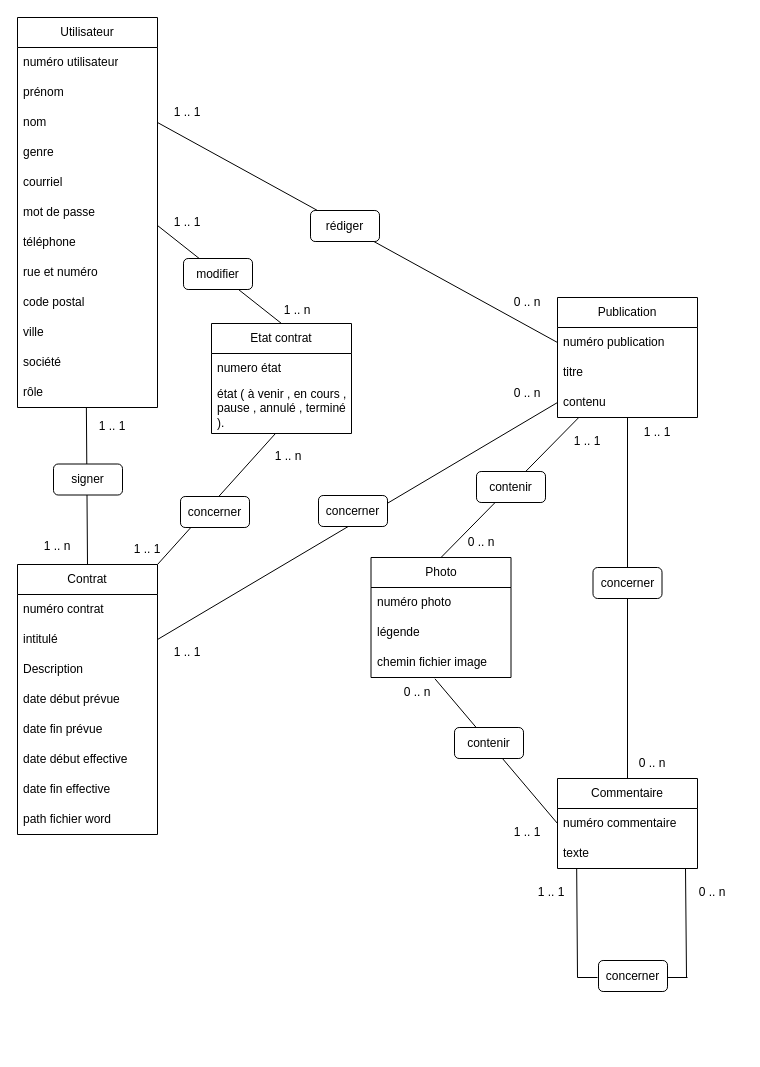
Earlier version of the draw.io diagram MCD.drawio (Georges-github/Stage_chez_CLO). Source tidied: cells renumbered, new cells numbered last; positions are measured from the earlier drawing's top-left corner, leaving out a move shared by most shapes. Both pictures are drawn from the tidied source at 100%, with x=0, y=0 at pixel (17, 17).
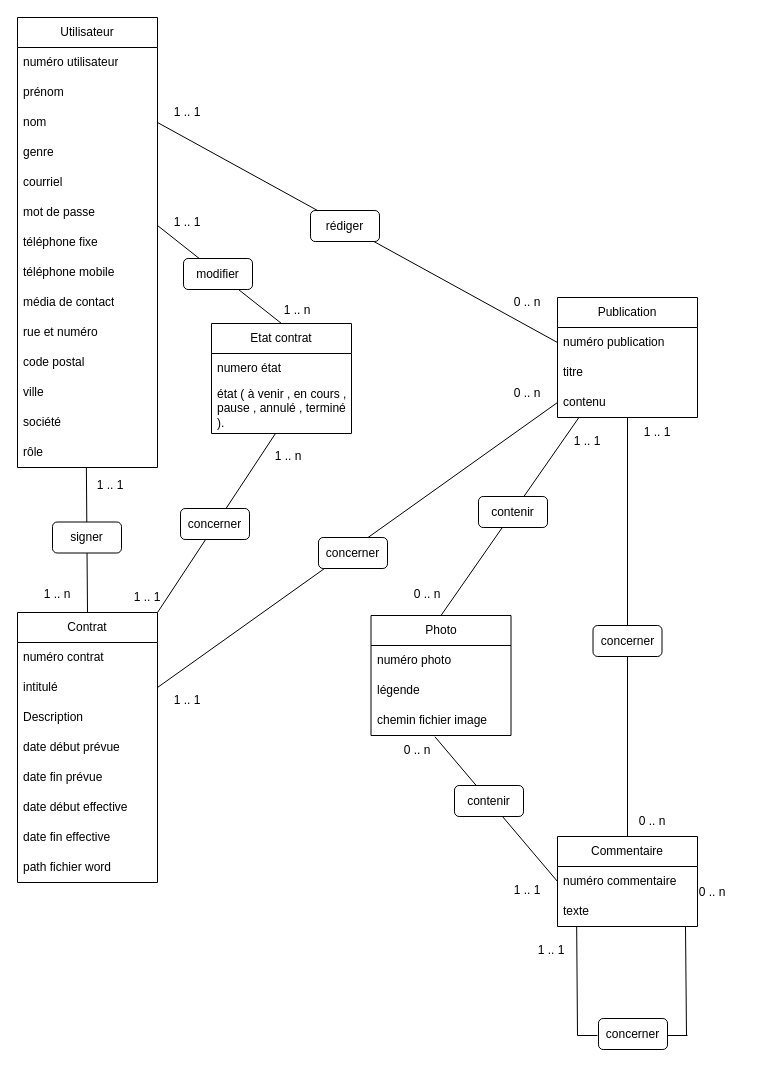
The same page after the edit.

Unchanged cells that the change refers to:
```xml
<mxCell id="30" value="texte" style="text;strokeColor=none;fillColor=none;align=left;verticalAlign=middle;spacingLeft=4;spacingRight=4;overflow=hidden;points=[[0,0.5],[1,0.5]];portConstraint=eastwest;whiteSpace=wrap;html=1;" parent="28" vertex="1">
  <mxGeometry y="60" width="140" height="30" as="geometry" />
</mxCell>
```

Diff of the diagram source:
```diff
@@
     <mxCell id="2" value="Utilisateur" style="swimlane;fontStyle=0;horizontal=1;startSize=30;whiteSpace=wrap;html=1;" parent="1" vertex="1">
-      <mxGeometry width="140" height="390" as="geometry" />
+      <mxGeometry width="140" height="450" as="geometry" />
     </mxCell>
@@
-    <mxCell id="9" value="téléphone" style="text;strokeColor=none;fillColor=none;align=left;verticalAlign=middle;spacingLeft=4;spacingRight=4;overflow=hidden;whiteSpace=wrap;html=1;" parent="2" vertex="1">
+    <mxCell id="9" value="téléphone fixe" style="text;strokeColor=none;fillColor=none;align=left;verticalAlign=middle;spacingLeft=4;spacingRight=4;overflow=hidden;whiteSpace=wrap;html=1;" parent="2" vertex="1">
       <mxGeometry y="210" width="140" height="30" as="geometry" />
     </mxCell>
+    <mxCell id="78" value="téléphone mobile" style="text;strokeColor=none;fillColor=none;align=left;verticalAlign=middle;spacingLeft=4;spacingRight=4;overflow=hidden;whiteSpace=wrap;html=1;" parent="2" vertex="1">
+      <mxGeometry y="240" width="140" height="30" as="geometry" />
+    </mxCell>
+    <mxCell id="79" value="média de contact" style="text;strokeColor=none;fillColor=none;align=left;verticalAlign=middle;spacingLeft=4;spacingRight=4;overflow=hidden;whiteSpace=wrap;html=1;" parent="2" vertex="1">
+      <mxGeometry y="270" width="140" height="30" as="geometry" />
+    </mxCell>
     <mxCell id="10" value="rue et numéro" style="text;strokeColor=none;fillColor=none;align=left;verticalAlign=middle;spacingLeft=4;spacingRight=4;overflow=hidden;whiteSpace=wrap;html=1;" parent="2" vertex="1">
-      <mxGeometry y="240" width="140" height="30" as="geometry" />
+      <mxGeometry y="300" width="140" height="30" as="geometry" />
     </mxCell>
     <mxCell id="11" value="code postal" style="text;strokeColor=none;fillColor=none;align=left;verticalAlign=middle;spacingLeft=4;spacingRight=4;overflow=hidden;whiteSpace=wrap;html=1;" parent="2" vertex="1">
-      <mxGeometry y="270" width="140" height="30" as="geometry" />
+      <mxGeometry y="330" width="140" height="30" as="geometry" />
     </mxCell>
     <mxCell id="12" value="ville" style="text;strokeColor=none;fillColor=none;align=left;verticalAlign=middle;spacingLeft=4;spacingRight=4;overflow=hidden;whiteSpace=wrap;html=1;" parent="2" vertex="1">
-      <mxGeometry y="300" width="140" height="30" as="geometry" />
+      <mxGeometry y="360" width="140" height="30" as="geometry" />
     </mxCell>
     <mxCell id="13" value="société" style="text;strokeColor=none;fillColor=none;align=left;verticalAlign=middle;spacingLeft=4;spacingRight=4;overflow=hidden;whiteSpace=wrap;html=1;" parent="2" vertex="1">
-      <mxGeometry y="330" width="140" height="30" as="geometry" />
+      <mxGeometry y="390" width="140" height="30" as="geometry" />
     </mxCell>
     <mxCell id="14" value="rôle" style="text;strokeColor=none;fillColor=none;align=left;verticalAlign=middle;spacingLeft=4;spacingRight=4;overflow=hidden;points=[[0,0.5],[1,0.5]];portConstraint=eastwest;whiteSpace=wrap;html=1;" parent="2" vertex="1">
-      <mxGeometry y="360" width="140" height="30" as="geometry" />
+      <mxGeometry y="420" width="140" height="30" as="geometry" />
     </mxCell>
     <mxCell id="15" value="Contrat" style="swimlane;fontStyle=0;horizontal=1;startSize=30;whiteSpace=wrap;html=1;" parent="1" vertex="1">
-      <mxGeometry y="547" width="140" height="270" as="geometry" />
+      <mxGeometry y="595" width="140" height="270" as="geometry" />
     </mxCell>
@@
     <mxCell id="28" value="Commentaire" style="swimlane;fontStyle=0;horizontal=1;startSize=30;whiteSpace=wrap;html=1;" parent="1" vertex="1">
-      <mxGeometry x="540" y="761" width="140" height="90" as="geometry" />
+      <mxGeometry x="540" y="819" width="140" height="90" as="geometry" />
     </mxCell>
@@
     <mxCell id="31" value="Photo" style="swimlane;fontStyle=0;horizontal=1;startSize=30;whiteSpace=wrap;html=1;" parent="1" vertex="1">
-      <mxGeometry x="353.5" y="540" width="140" height="120" as="geometry" />
+      <mxGeometry x="353.5" y="598" width="140" height="120" as="geometry" />
     </mxCell>
@@
     <mxCell id="36" value="1 .. n" style="text;html=1;align=center;verticalAlign=middle;whiteSpace=wrap;rounded=0;" parent="1" vertex="1">
-      <mxGeometry x="10" y="514" width="60" height="30" as="geometry" />
+      <mxGeometry x="10" y="562" width="60" height="30" as="geometry" />
     </mxCell>
     <mxCell id="37" value="1 .. 1" style="text;html=1;align=center;verticalAlign=middle;whiteSpace=wrap;rounded=0;" parent="1" vertex="1">
-      <mxGeometry x="65" y="394" width="60" height="30" as="geometry" />
+      <mxGeometry x="63" y="453" width="60" height="30" as="geometry" />
     </mxCell>
@@
     <mxCell id="42" value="contenir" style="rounded=1;whiteSpace=wrap;html=1;" parent="1" vertex="1">
-      <mxGeometry x="459" y="454" width="69" height="31" as="geometry" />
+      <mxGeometry x="461" y="479" width="69" height="31" as="geometry" />
     </mxCell>
     <mxCell id="43" value="0 .. n" style="text;html=1;align=center;verticalAlign=middle;whiteSpace=wrap;rounded=0;" parent="1" vertex="1">
-      <mxGeometry x="433.5" y="510" width="60" height="30" as="geometry" />
+      <mxGeometry x="380" y="562" width="60" height="30" as="geometry" />
     </mxCell>
@@
     <mxCell id="45" value="0 .. n" style="text;html=1;align=center;verticalAlign=middle;whiteSpace=wrap;rounded=0;" parent="1" vertex="1">
-      <mxGeometry x="605" y="731" width="60" height="30" as="geometry" />
+      <mxGeometry x="605" y="789" width="60" height="30" as="geometry" />
     </mxCell>
@@
     <mxCell id="47" value="0 .. n" style="text;html=1;align=center;verticalAlign=middle;whiteSpace=wrap;rounded=0;" parent="1" vertex="1">
-      <mxGeometry x="370" y="660" width="60" height="30" as="geometry" />
+      <mxGeometry x="370" y="718" width="60" height="30" as="geometry" />
     </mxCell>
     <mxCell id="48" value="1 .. 1" style="text;html=1;align=center;verticalAlign=middle;whiteSpace=wrap;rounded=0;" parent="1" vertex="1">
-      <mxGeometry x="480" y="800" width="60" height="30" as="geometry" />
+      <mxGeometry x="480" y="858" width="60" height="30" as="geometry" />
     </mxCell>
     <mxCell id="49" style="endArrow=none;html=1;entryX=0.137;entryY=0.998;entryDx=0;entryDy=0;entryPerimeter=0;" parent="1" edge="1" target="30">
       <mxGeometry relative="1" as="geometry">
-        <mxPoint x="560" y="960" as="sourcePoint" />
+        <mxPoint x="560" y="1018" as="sourcePoint" />
       </mxGeometry>
     </mxCell>
     <mxCell id="50" style="endArrow=none;html=1;" parent="1" edge="1">
       <mxGeometry relative="1" as="geometry">
-        <mxPoint x="580" y="960" as="sourcePoint" />
-        <mxPoint x="560" y="960" as="targetPoint" />
+        <mxPoint x="580" y="1018" as="sourcePoint" />
+        <mxPoint x="560" y="1018" as="targetPoint" />
       </mxGeometry>
     </mxCell>
     <mxCell id="51" style="endArrow=none;html=1;entryX=0.137;entryY=0.998;entryDx=0;entryDy=0;entryPerimeter=0;" parent="1" edge="1">
       <mxGeometry relative="1" as="geometry">
-        <mxPoint x="669" y="960" as="sourcePoint" />
-        <mxPoint x="668" y="851" as="targetPoint" />
+        <mxPoint x="669" y="1018" as="sourcePoint" />
+        <mxPoint x="668" y="909" as="targetPoint" />
       </mxGeometry>
     </mxCell>
     <mxCell id="52" style="endArrow=none;html=1;" parent="1" edge="1">
       <mxGeometry relative="1" as="geometry">
-        <mxPoint x="670" y="960" as="sourcePoint" />
-        <mxPoint x="650" y="960" as="targetPoint" />
+        <mxPoint x="670" y="1018" as="sourcePoint" />
+        <mxPoint x="650" y="1018" as="targetPoint" />
       </mxGeometry>
     </mxCell>
@@
     <mxCell id="54" value="1 .. 1" style="text;html=1;align=center;verticalAlign=middle;whiteSpace=wrap;rounded=0;" parent="1" vertex="1">
-      <mxGeometry x="504" y="860" width="60" height="30" as="geometry" />
+      <mxGeometry x="504" y="918" width="60" height="30" as="geometry" />
     </mxCell>
@@
     <mxCell id="57" value="signer" style="rounded=1;whiteSpace=wrap;html=1;" parent="1" vertex="1">
-      <mxGeometry x="36" y="446.5" width="69" height="31" as="geometry" />
+      <mxGeometry x="35" y="504.5" width="69" height="31" as="geometry" />
     </mxCell>
     <mxCell id="58" value="contenir" style="rounded=1;whiteSpace=wrap;html=1;" parent="1" vertex="1">
-      <mxGeometry x="437" y="710" width="69" height="31" as="geometry" />
+      <mxGeometry x="437" y="768" width="69" height="31" as="geometry" />
     </mxCell>
     <mxCell id="59" value="concerner" style="rounded=1;whiteSpace=wrap;html=1;" parent="1" vertex="1">
-      <mxGeometry x="581" y="943" width="69" height="31" as="geometry" />
+      <mxGeometry x="581" y="1001" width="69" height="31" as="geometry" />
     </mxCell>
@@
     <mxCell id="61" value="1 .. 1" style="text;html=1;align=center;verticalAlign=middle;whiteSpace=wrap;rounded=0;" parent="1" vertex="1">
-      <mxGeometry x="140" y="620" width="60" height="30" as="geometry" />
+      <mxGeometry x="140" y="668" width="60" height="30" as="geometry" />
     </mxCell>
     <mxCell id="62" value="concerner" style="rounded=1;whiteSpace=wrap;html=1;" parent="1" vertex="1">
-      <mxGeometry x="301" y="478" width="69" height="31" as="geometry" />
+      <mxGeometry x="301" y="520" width="69" height="31" as="geometry" />
     </mxCell>
@@
     <mxCell id="68" value="concerner" style="rounded=1;whiteSpace=wrap;html=1;" parent="1" vertex="1">
-      <mxGeometry x="163" y="479" width="69" height="31" as="geometry" />
+      <mxGeometry x="163" y="491" width="69" height="31" as="geometry" />
     </mxCell>
@@
     <mxCell id="70" value="1 .. 1" style="text;html=1;align=center;verticalAlign=middle;whiteSpace=wrap;rounded=0;" parent="1" vertex="1">
-      <mxGeometry x="100" y="517" width="60" height="30" as="geometry" />
+      <mxGeometry x="100" y="565" width="60" height="30" as="geometry" />
     </mxCell>
@@
     <mxCell id="77" value="concerner" style="rounded=1;whiteSpace=wrap;html=1;" parent="1" vertex="1">
-      <mxGeometry x="575.5" y="550" width="69" height="31" as="geometry" />
+      <mxGeometry x="575.5" y="608" width="69" height="31" as="geometry" />
     </mxCell>
```
